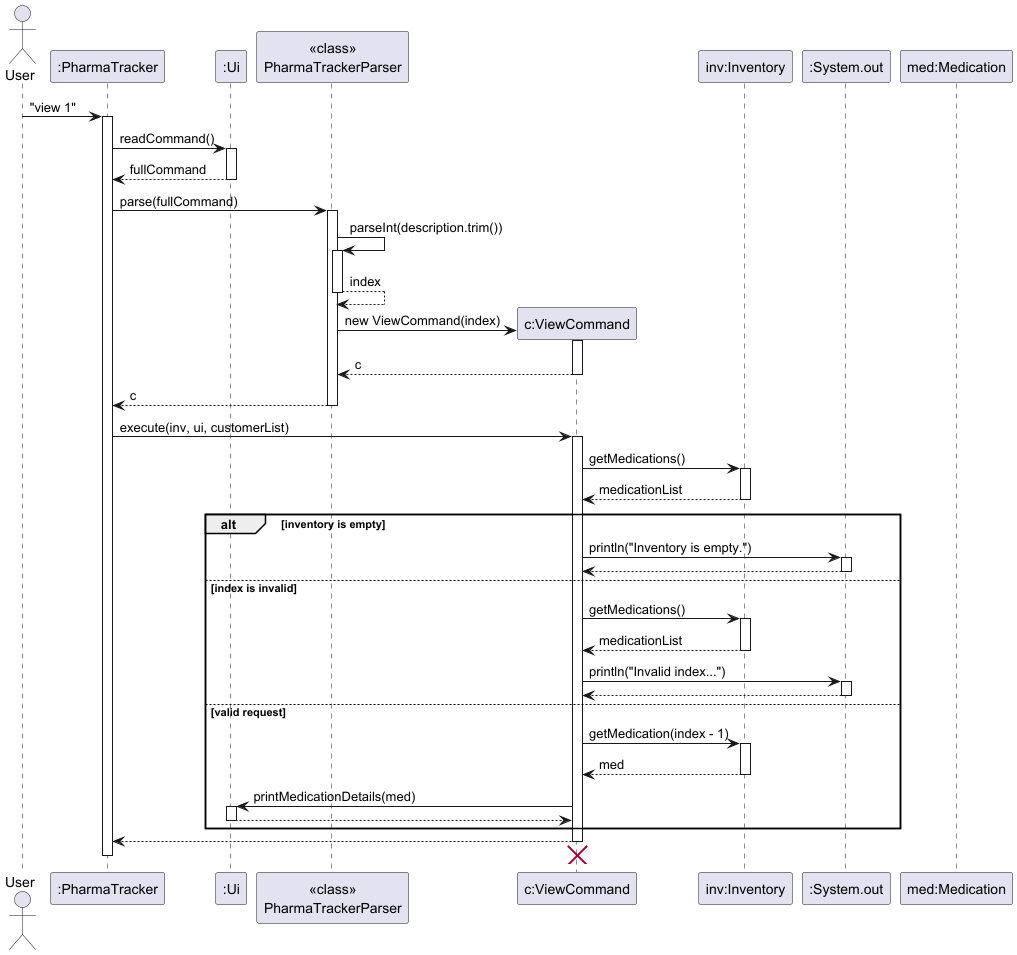
Above: docs/images/ViewCommandSequence.png in AY2526S2-CS2113-T10-3/tp (PlantUML), before the change. Its diagram source:
```plantuml
@startuml
skinparam ArrowFontStyle plain

actor User
participant ":PharmaTracker" as PharmaTracker
participant ":Ui" as Ui
participant "<<class>>\nPharmaTrackerParser" as Parser
participant "c:ViewCommand" as ViewCommand
participant "inv:Inventory" as Inventory
participant ":System.out" as Console
participant "med:Medication" as Medication

User -> PharmaTracker : "view 1"
activate PharmaTracker

PharmaTracker -> Ui : readCommand()
activate Ui
Ui --> PharmaTracker : fullCommand
deactivate Ui

PharmaTracker -> Parser : parse(fullCommand)
activate Parser

Parser -> Parser : parseInt(description.trim())
activate Parser
Parser --> Parser : index
deactivate Parser

create ViewCommand
Parser -> ViewCommand : new ViewCommand(index)
activate ViewCommand
ViewCommand --> Parser : c
deactivate ViewCommand

Parser --> PharmaTracker : c
deactivate Parser

PharmaTracker -> ViewCommand : execute(inv, ui, customerList)
activate ViewCommand

ViewCommand -> Inventory : getMedications()
activate Inventory
Inventory --> ViewCommand : medicationList
deactivate Inventory

alt inventory is empty
    ViewCommand -> Console : println("Inventory is empty.")
    activate Console
    Console --> ViewCommand
    deactivate Console
else index is invalid
    ViewCommand -> Inventory : getMedications()
    activate Inventory
    Inventory --> ViewCommand : medicationList
    deactivate Inventory

    ViewCommand -> Console : println("Invalid index...")
    activate Console
    Console --> ViewCommand
    deactivate Console
else valid request
    ViewCommand -> Inventory : getMedication(index - 1)
    activate Inventory
    Inventory --> ViewCommand : med
    deactivate Inventory

    ViewCommand -> Ui : printMedicationDetails(med)
    activate Ui
    Ui --> ViewCommand
    deactivate Ui
end

ViewCommand --> PharmaTracker
deactivate ViewCommand
ViewCommand -[hidden]-> Parser
destroy ViewCommand

deactivate PharmaTracker
@enduml
```
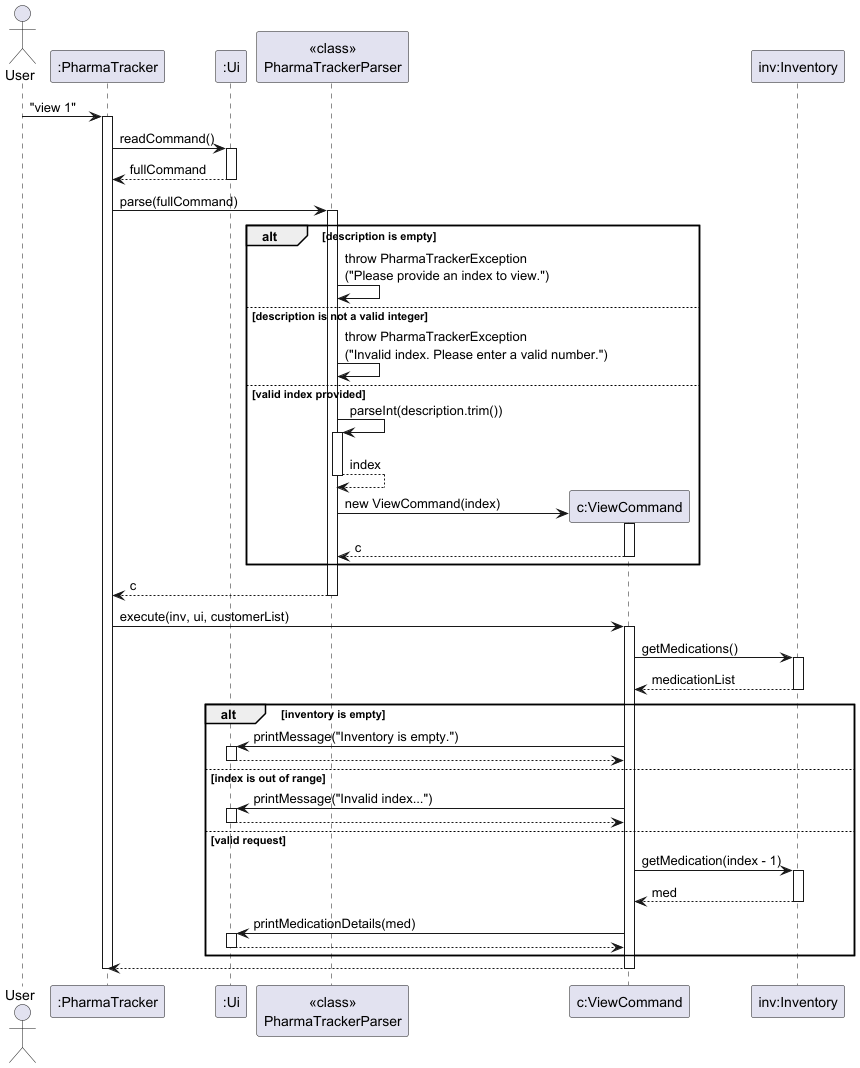
Later version of the same file.

Commit message:
Update PPP and sequence diagrams for FindCommand and ViewCommand

What changed in the source:
```diff
@@ -7,8 +7,6 @@
 participant "<<class>>\nPharmaTrackerParser" as Parser
 participant "c:ViewCommand" as ViewCommand
 participant "inv:Inventory" as Inventory
-participant ":System.out" as Console
-participant "med:Medication" as Medication
 
 User -> PharmaTracker : "view 1"
 activate PharmaTracker
@@ -21,16 +19,22 @@
 PharmaTracker -> Parser : parse(fullCommand)
 activate Parser
 
-Parser -> Parser : parseInt(description.trim())
-activate Parser
-Parser --> Parser : index
-deactivate Parser
+alt description is empty
+    Parser -> Parser : throw PharmaTrackerException\n("Please provide an index to view.")
+else description is not a valid integer
+    Parser -> Parser : throw PharmaTrackerException\n("Invalid index. Please enter a valid number.")
+else valid index provided
+    Parser -> Parser : parseInt(description.trim())
+    activate Parser
+    Parser --> Parser : index
+    deactivate Parser
 
-create ViewCommand
-Parser -> ViewCommand : new ViewCommand(index)
-activate ViewCommand
-ViewCommand --> Parser : c
-deactivate ViewCommand
+    create ViewCommand
+    Parser -> ViewCommand : new ViewCommand(index)
+    activate ViewCommand
+    ViewCommand --> Parser : c
+    deactivate ViewCommand
+end
 
 Parser --> PharmaTracker : c
 deactivate Parser
@@ -44,20 +48,15 @@
 deactivate Inventory
 
 alt inventory is empty
-    ViewCommand -> Console : println("Inventory is empty.")
-    activate Console
-    Console --> ViewCommand
-    deactivate Console
-else index is invalid
-    ViewCommand -> Inventory : getMedications()
-    activate Inventory
-    Inventory --> ViewCommand : medicationList
-    deactivate Inventory
-
-    ViewCommand -> Console : println("Invalid index...")
-    activate Console
-    Console --> ViewCommand
-    deactivate Console
+    ViewCommand -> Ui : printMessage("Inventory is empty.")
+    activate Ui
+    Ui --> ViewCommand
+    deactivate Ui
+else index is out of range
+    ViewCommand -> Ui : printMessage("Invalid index...")
+    activate Ui
+    Ui --> ViewCommand
+    deactivate Ui
 else valid request
     ViewCommand -> Inventory : getMedication(index - 1)
     activate Inventory
@@ -72,8 +71,6 @@
 
 ViewCommand --> PharmaTracker
 deactivate ViewCommand
-ViewCommand -[hidden]-> Parser
-destroy ViewCommand
 
 deactivate PharmaTracker
 @enduml
```
